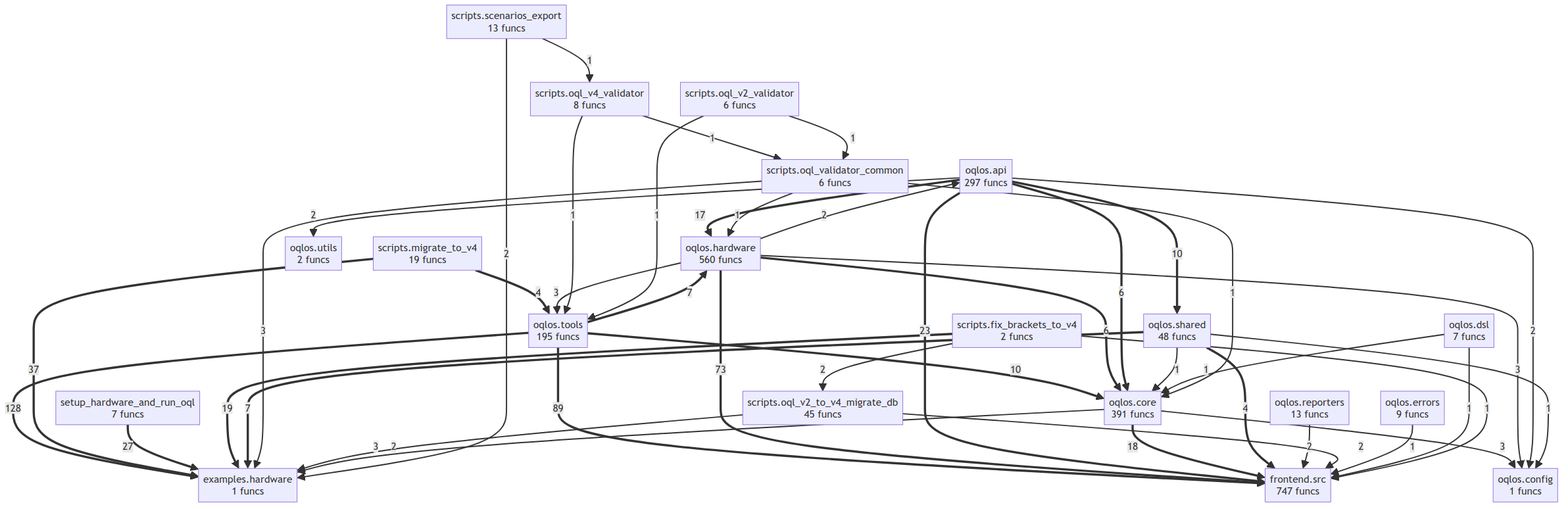
oqlos/oqlos keeps this Mermaid diagram as project/compact_flow.png. Above is the earlier version. Its source is kept beside it as project/compact_flow.mmd.
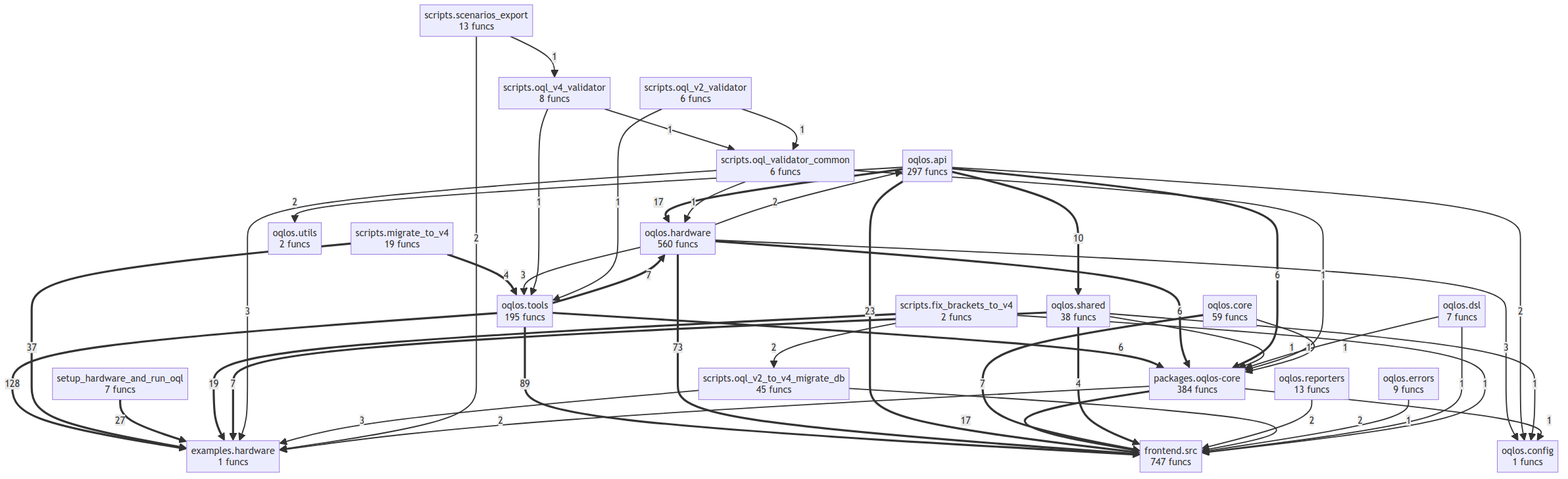
After the commit.

Change to the diagram source:
```diff
@@ -3,14 +3,15 @@
     frontend__src["frontend.src<br/>747 funcs"]
     oqlos__api["oqlos.api<br/>297 funcs"]
     oqlos__config["oqlos.config<br/>1 funcs"]
-    oqlos__core["oqlos.core<br/>391 funcs"]
+    oqlos__core["oqlos.core<br/>59 funcs"]
     oqlos__dsl["oqlos.dsl<br/>7 funcs"]
     oqlos__errors["oqlos.errors<br/>9 funcs"]
     oqlos__hardware["oqlos.hardware<br/>560 funcs"]
     oqlos__reporters["oqlos.reporters<br/>13 funcs"]
-    oqlos__shared["oqlos.shared<br/>48 funcs"]
+    oqlos__shared["oqlos.shared<br/>38 funcs"]
     oqlos__tools["oqlos.tools<br/>195 funcs"]
     oqlos__utils["oqlos.utils<br/>2 funcs"]
+    packages__oqlos_core["packages.oqlos-core<br/>384 funcs"]
     scripts__fix_brackets_to_v4["scripts.fix_brackets_to_v4<br/>2 funcs"]
     scripts__migrate_to_v4["scripts.migrate_to_v4<br/>19 funcs"]
     scripts__oql_v2_to_v4_migrate_db["scripts.oql_v2_to_v4_migrate_db<br/>45 funcs"]
@@ -26,22 +27,21 @@
     setup_hardware_and_run_oql ==>|27| examples__hardware
     oqlos__api ==>|23| frontend__src
     scripts__fix_brackets_to_v4 ==>|19| examples__hardware
-    oqlos__core ==>|18| frontend__src
     oqlos__api ==>|17| oqlos__hardware
-    oqlos__tools ==>|10| oqlos__core
+    packages__oqlos_core ==>|17| frontend__src
     oqlos__api ==>|10| oqlos__shared
     oqlos__tools ==>|7| oqlos__hardware
     oqlos__shared ==>|7| examples__hardware
-    oqlos__hardware ==>|6| oqlos__core
-    oqlos__api ==>|6| oqlos__core
+    oqlos__core ==>|7| frontend__src
+    oqlos__tools ==>|6| packages__oqlos_core
+    oqlos__hardware ==>|6| packages__oqlos_core
+    oqlos__api ==>|6| packages__oqlos_core
     oqlos__shared ==>|4| frontend__src
     scripts__migrate_to_v4 ==>|4| oqlos__tools
-    oqlos__core -->|3| oqlos__config
     oqlos__hardware -->|3| oqlos__config
     oqlos__hardware -->|3| oqlos__tools
     scripts__oql_validator_common -->|3| examples__hardware
     scripts__oql_v2_to_v4_migrate_db -->|3| examples__hardware
-    oqlos__core -->|2| examples__hardware
     oqlos__hardware -->|2| oqlos__api
     oqlos__reporters -->|2| frontend__src
     oqlos__api -->|2| oqlos__utils
@@ -49,12 +49,13 @@
     scripts__fix_brackets_to_v4 -->|2| scripts__oql_v2_to_v4_migrate_db
     scripts__oql_v2_to_v4_migrate_db -->|2| frontend__src
     scripts__scenarios_export -->|2| examples__hardware
+    packages__oqlos_core -->|2| examples__hardware
     oqlos__errors -->|1| frontend__src
-    oqlos__shared -->|1| oqlos__core
+    oqlos__shared -->|1| packages__oqlos_core
     oqlos__shared -->|1| oqlos__config
-    oqlos__dsl -->|1| oqlos__core
+    oqlos__dsl -->|1| packages__oqlos_core
     oqlos__dsl -->|1| frontend__src
-    scripts__oql_validator_common -->|1| oqlos__core
+    scripts__oql_validator_common -->|1| packages__oqlos_core
     scripts__oql_validator_common -->|1| oqlos__hardware
     scripts__oql_v4_validator -->|1| oqlos__tools
     scripts__oql_v4_validator -->|1| scripts__oql_validator_common
@@ -62,3 +63,5 @@
     scripts__oql_v2_validator -->|1| oqlos__tools
     scripts__oql_v2_validator -->|1| scripts__oql_validator_common
     scripts__scenarios_export -->|1| scripts__oql_v4_validator
+    packages__oqlos_core -->|1| oqlos__config
+    oqlos__core -->|1| packages__oqlos_core
```
